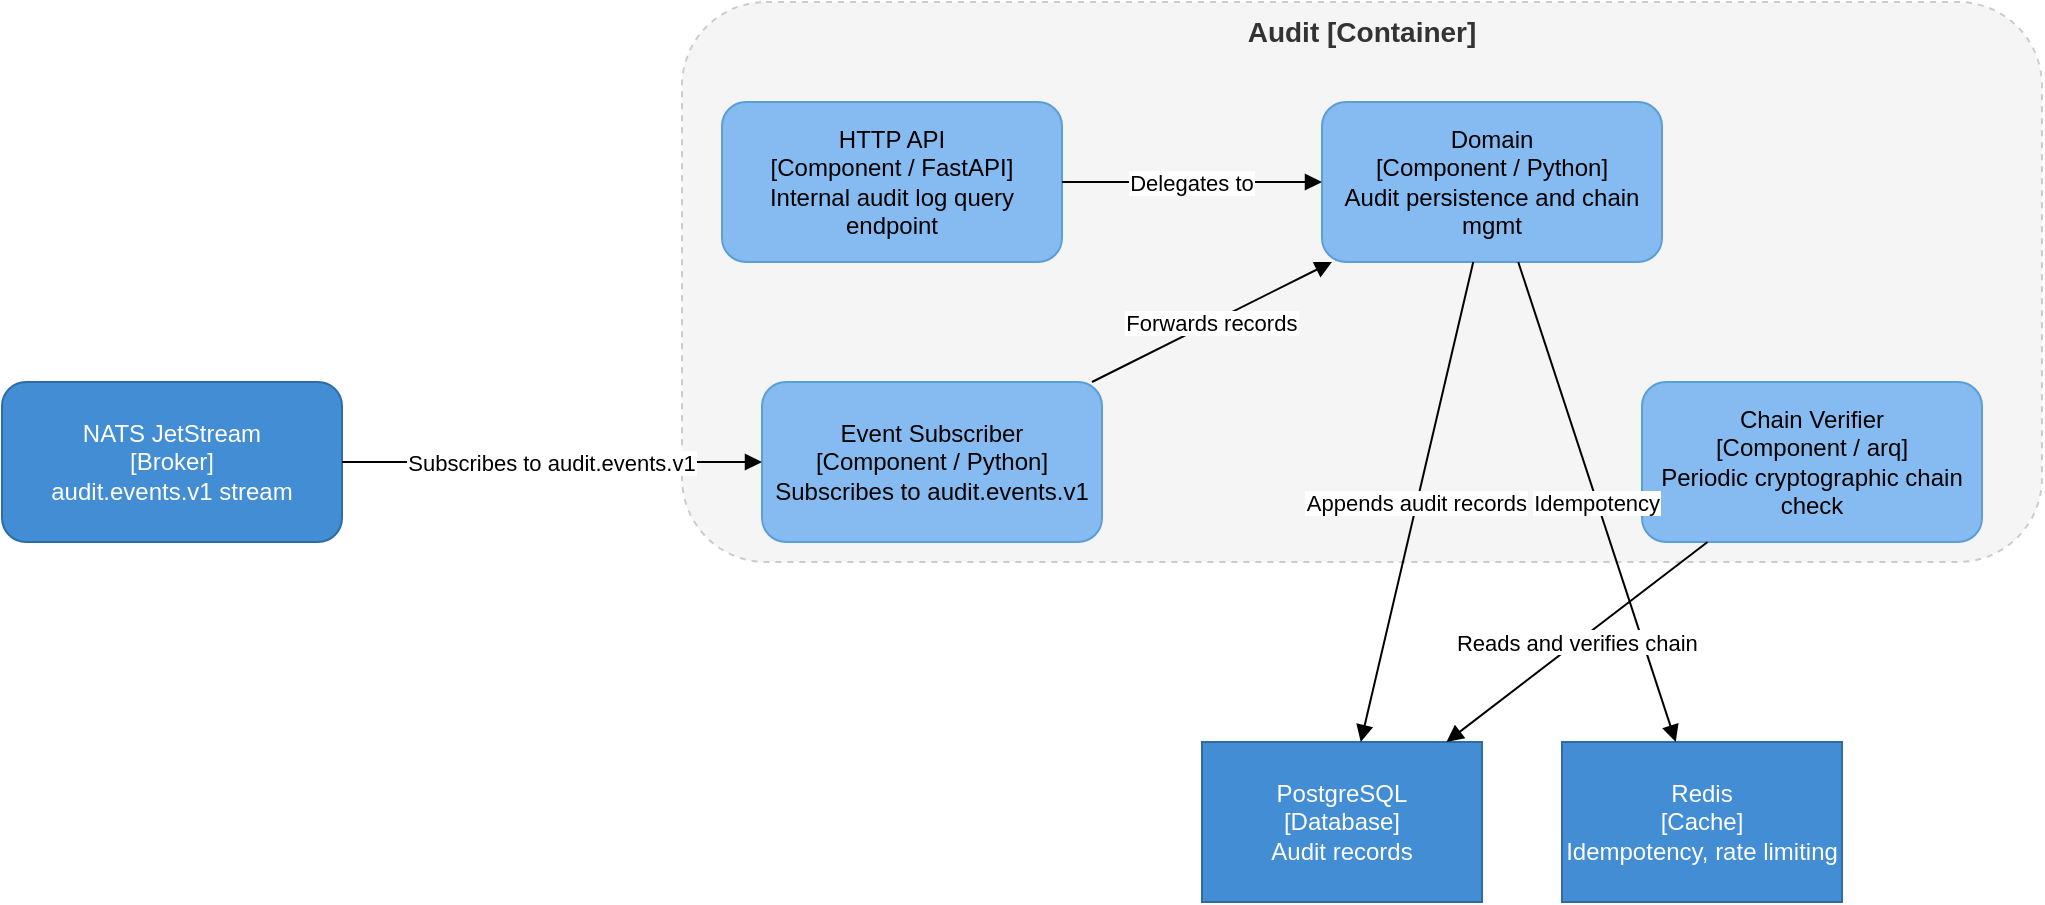
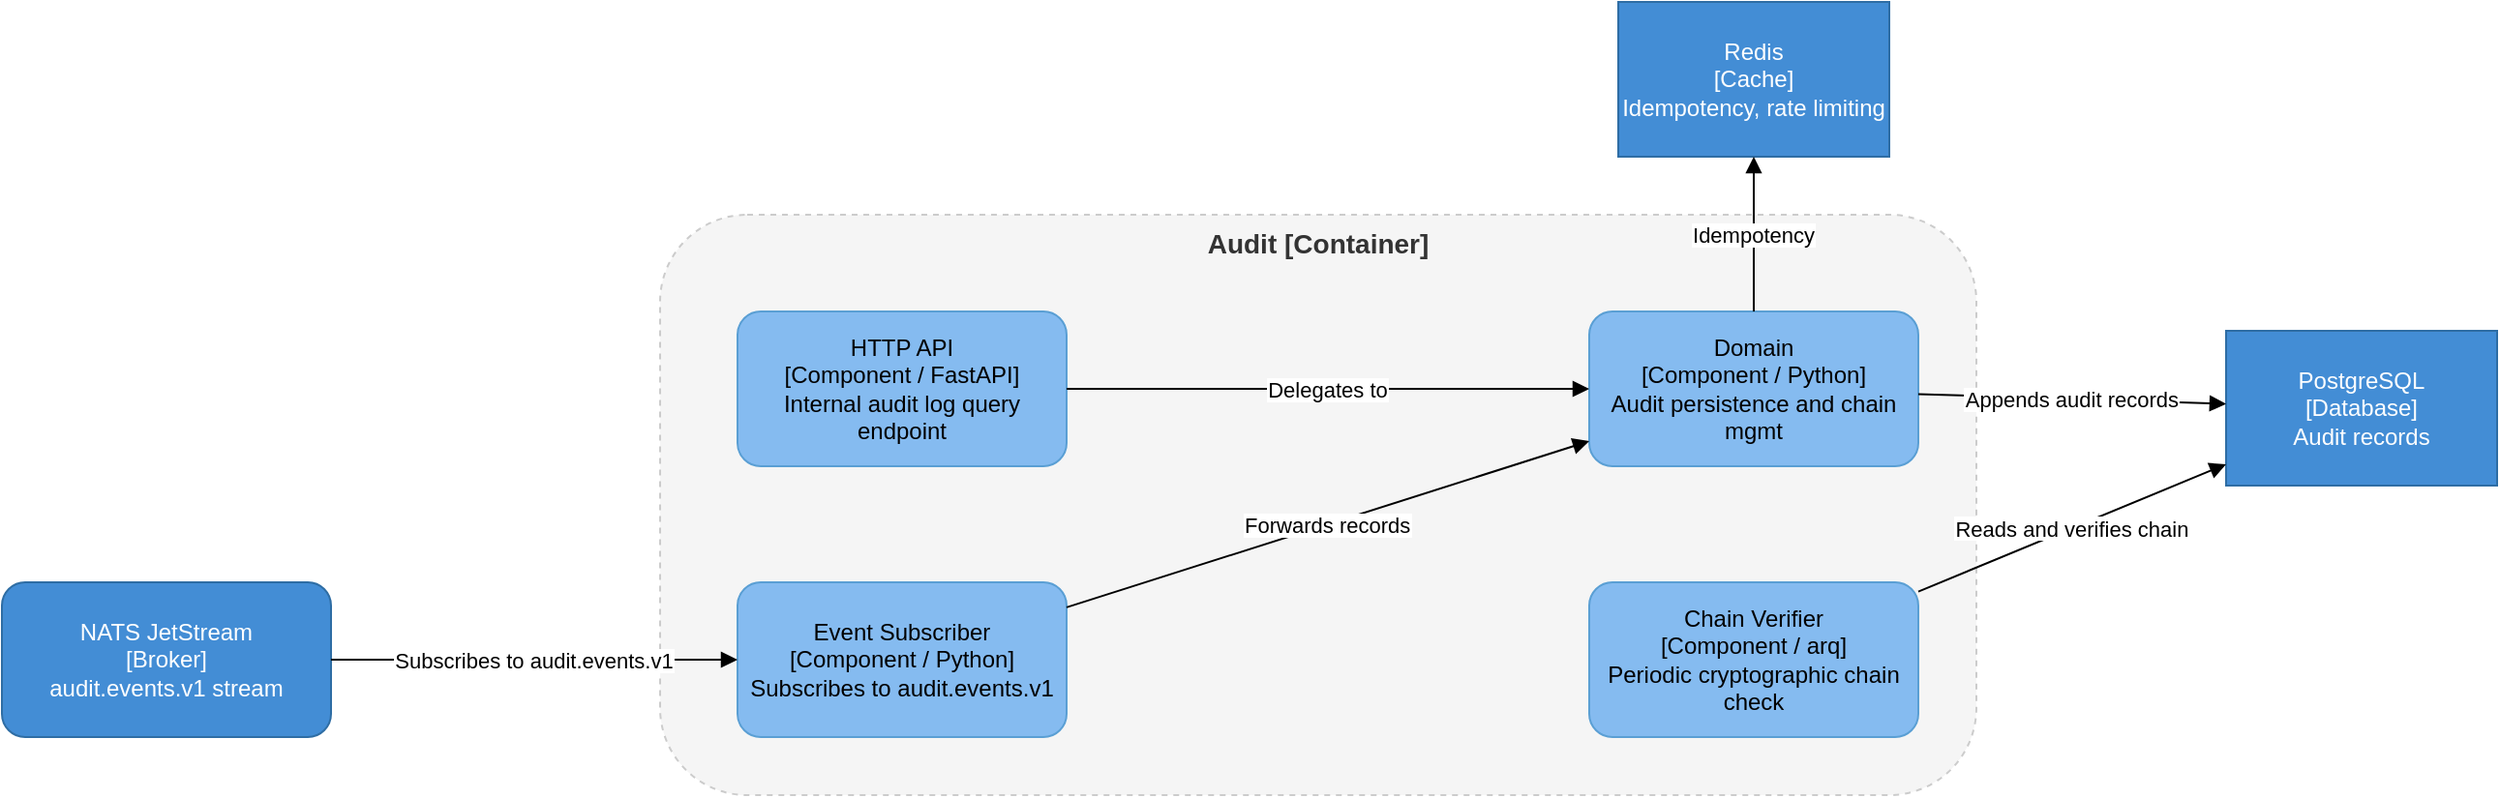
<mxfile host="embed.diagrams.net">
  <diagram name="C4 Level 3 - Audit" id="c4-component-audit">
-     <mxGraphModel dx="2567" dy="474" grid="1" gridSize="10" guides="1" tooltips="1" connect="1" arrows="1" fold="1" page="1" pageScale="1" pageWidth="1169" pageHeight="827" math="0" shadow="0">
+     <mxGraphModel dx="2238" dy="1355" grid="1" gridSize="10" guides="1" tooltips="1" connect="1" arrows="1" fold="1" page="1" pageScale="1" pageWidth="1169" pageHeight="827" math="0" shadow="0">
      <root>
        <mxCell id="0" />
        <mxCell id="1" parent="0" />
        <mxCell id="2" html="0" parent="1" style="rounded=1;dashed=1;fillColor=#f5f5f5;strokeColor=#cccccc;fontSize=14;fontStyle=1;fontColor=#333333;verticalAlign=top;html=0;" value="Audit [Container]" vertex="1">
-           <mxGeometry height="280" width="680" x="220" y="60" as="geometry" />
+           <mxGeometry height="300" width="680" x="220" y="60" as="geometry" />
        </mxCell>
        <mxCell id="3" html="0" parent="1" style="rounded=1;whiteSpace=wrap;fillColor=#85BBF0;fontColor=#000000;strokeColor=#5a9fd4;fontSize=12;html=0;" value="HTTP API&#xa;[Component / FastAPI]&#xa;Internal audit log query endpoint" vertex="1">
-           <mxGeometry height="80" width="170" x="240" y="110" as="geometry" />
+           <mxGeometry height="80" width="170" x="260" y="110" as="geometry" />
        </mxCell>
        <mxCell id="4" html="0" parent="1" style="rounded=1;whiteSpace=wrap;fillColor=#85BBF0;fontColor=#000000;strokeColor=#5a9fd4;fontSize=12;html=0;" value="Domain&#xa;[Component / Python]&#xa;Audit persistence and chain mgmt" vertex="1">
-           <mxGeometry height="80" width="170" x="540" y="110" as="geometry" />
+           <mxGeometry height="80" width="170" x="700" y="110" as="geometry" />
        </mxCell>
        <mxCell id="5" html="0" parent="1" style="rounded=1;whiteSpace=wrap;fillColor=#85BBF0;fontColor=#000000;strokeColor=#5a9fd4;fontSize=12;html=0;" value="Event Subscriber&#xa;[Component / Python]&#xa;Subscribes to audit.events.v1" vertex="1">
          <mxGeometry height="80" width="170" x="260" y="250" as="geometry" />
        </mxCell>
        <mxCell id="6" html="0" parent="1" style="rounded=1;whiteSpace=wrap;fillColor=#85BBF0;fontColor=#000000;strokeColor=#5a9fd4;fontSize=12;html=0;" value="Chain Verifier&#xa;[Component / arq]&#xa;Periodic cryptographic chain check" vertex="1">
          <mxGeometry height="80" width="170" x="700" y="250" as="geometry" />
        </mxCell>
        <mxCell id="7" html="0" parent="1" style="rounded=1;whiteSpace=wrap;fillColor=#438DD5;fontColor=#ffffff;strokeColor=#2e6da4;fontSize=12;html=0;" value="NATS JetStream&#xa;[Broker]&#xa;audit.events.v1 stream" vertex="1">
          <mxGeometry height="80" width="170" x="-120" y="250" as="geometry" />
        </mxCell>
        <mxCell id="8" html="0" parent="1" style="shape=mxgraph.basic.cylinder3;whiteSpace=wrap;fillColor=#438DD5;fontColor=#ffffff;strokeColor=#2e6da4;fontSize=12;html=0;" value="PostgreSQL&#xa;[Database]&#xa;Audit records" vertex="1">
-           <mxGeometry height="80" width="140" x="480" y="430" as="geometry" />
+           <mxGeometry height="80" width="140" x="1029" y="120" as="geometry" />
        </mxCell>
        <mxCell id="9" html="0" parent="1" style="shape=mxgraph.basic.cylinder3;whiteSpace=wrap;fillColor=#438DD5;fontColor=#ffffff;strokeColor=#2e6da4;fontSize=12;html=0;" value="Redis&#xa;[Cache]&#xa;Idempotency, rate limiting" vertex="1">
-           <mxGeometry height="80" width="140" x="660" y="430" as="geometry" />
+           <mxGeometry height="80" width="140" x="715" y="-50" as="geometry" />
        </mxCell>
        <mxCell id="10" edge="1" html="0" parent="1" source="3" style="endArrow=block;endFill=1;fontSize=11;html=0;" target="4" value="Delegates to">
          <mxGeometry relative="1" as="geometry" />
        </mxCell>
        <mxCell id="11" edge="1" html="0" parent="1" source="4" style="endArrow=block;endFill=1;fontSize=11;html=0;" target="8" value="Appends audit records">
          <mxGeometry relative="1" as="geometry" />
        </mxCell>
        <mxCell id="12" edge="1" html="0" parent="1" source="4" style="endArrow=block;endFill=1;fontSize=11;html=0;" target="9" value="Idempotency">
          <mxGeometry relative="1" as="geometry" />
        </mxCell>
        <mxCell id="13" edge="1" html="0" parent="1" source="7" style="endArrow=block;endFill=1;fontSize=11;html=0;" target="5" value="Subscribes to audit.events.v1">
          <mxGeometry relative="1" as="geometry" />
        </mxCell>
        <mxCell id="14" edge="1" html="0" parent="1" source="5" style="endArrow=block;endFill=1;fontSize=11;html=0;" target="4" value="Forwards records">
          <mxGeometry relative="1" as="geometry" />
        </mxCell>
        <mxCell id="15" edge="1" html="0" parent="1" source="6" style="endArrow=block;endFill=1;fontSize=11;html=0;" target="8" value="Reads and verifies chain">
          <mxGeometry relative="1" as="geometry" />
        </mxCell>
      </root>
    </mxGraphModel>
  </diagram>
</mxfile>
